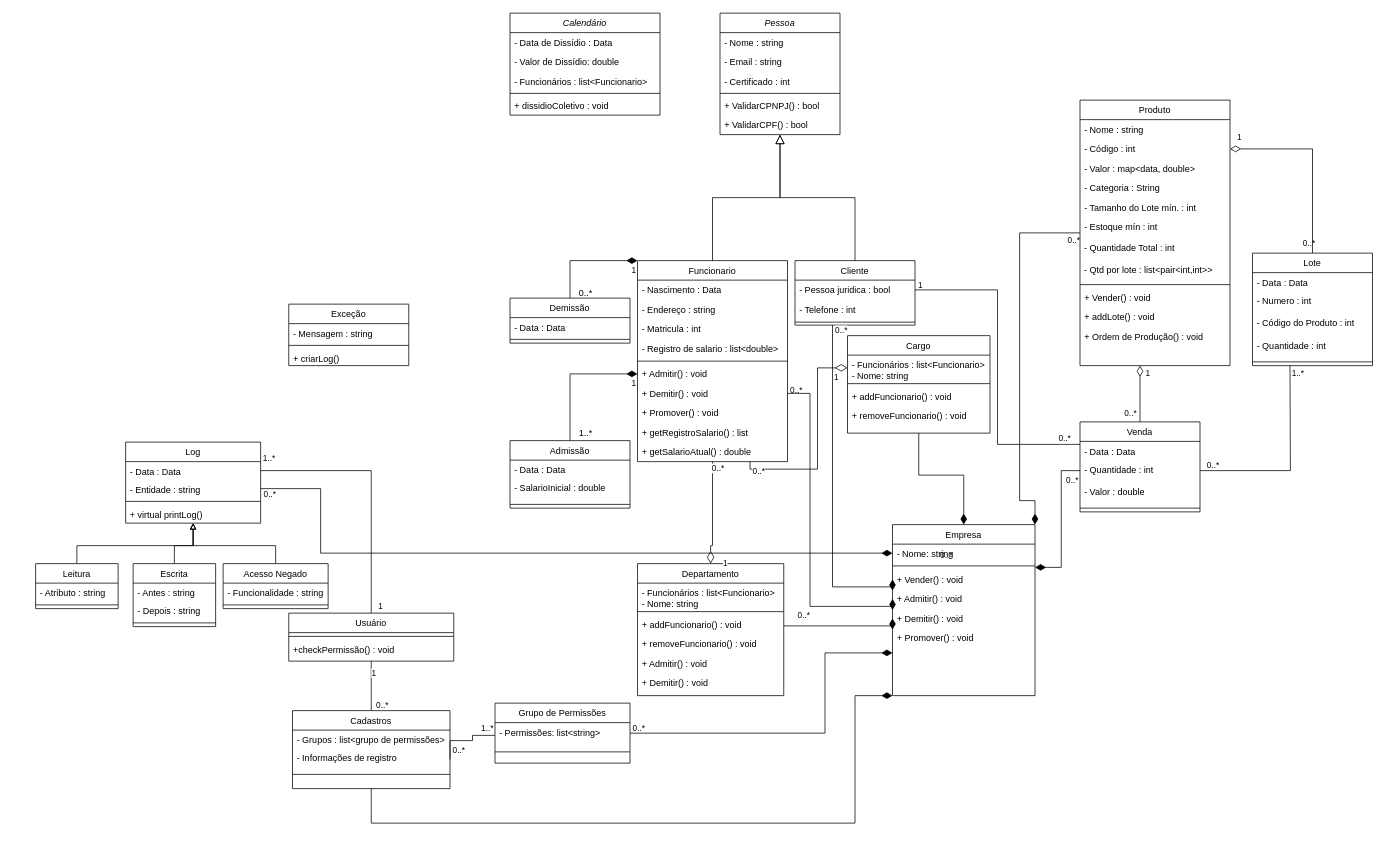
LDLPiao/tp_poo keeps this draw.io diagram as Sprint4.drawio. Above is the earlier version. Source tidied: cells renumbered, new cells numbered last; positions are measured from the earlier drawing's top-left corner, leaving out a move shared by most shapes. Both pictures are drawn from the tidied source at 75%, with x=0, y=0 at pixel (35, 13).
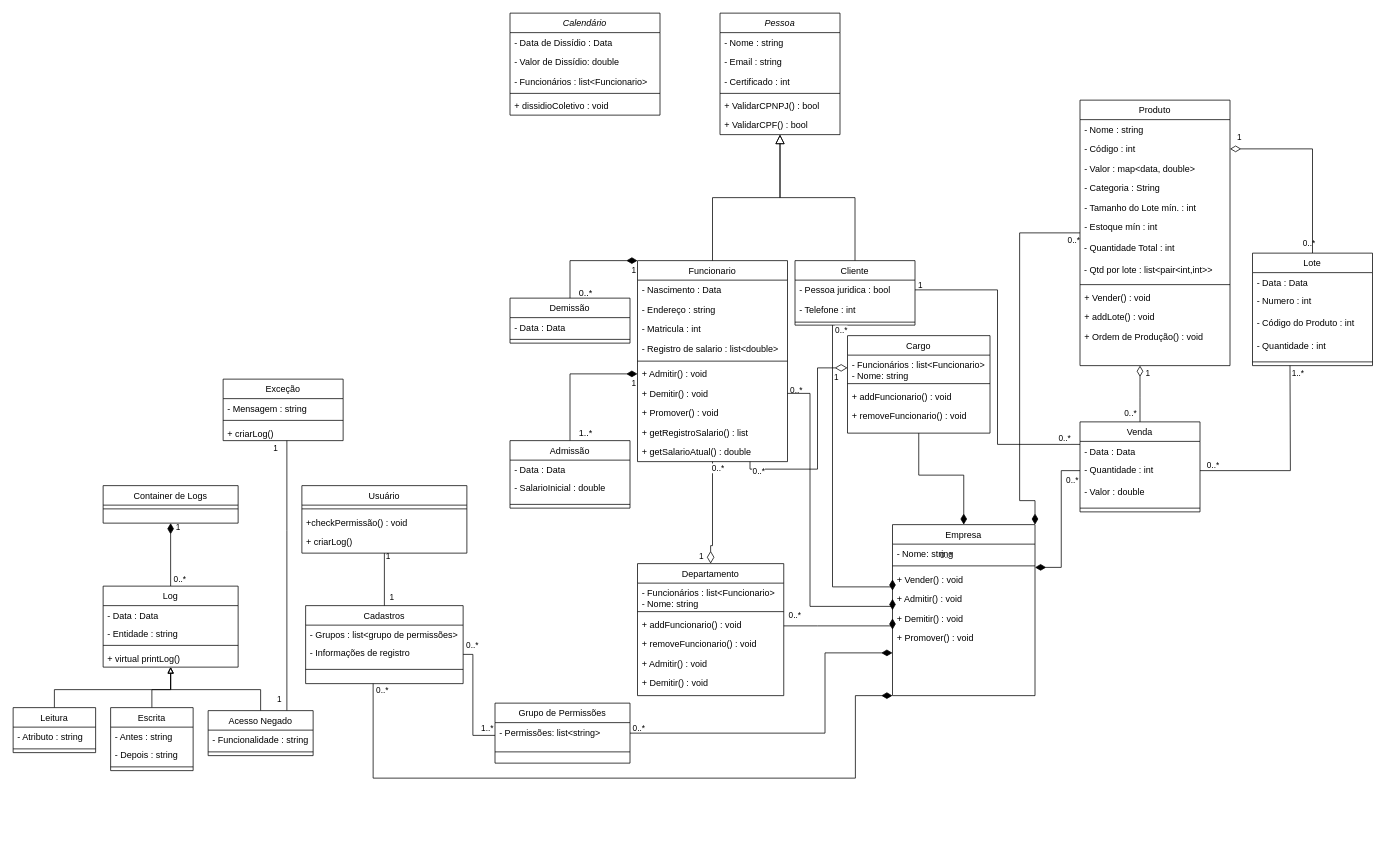
Above is the later version.

Unchanged cells that the change refers to:
```xml
<mxCell id="41" style="endArrow=none;html=1;endSize=12;startArrow=diamondThin;startSize=14;startFill=0;edgeStyle=orthogonalEdgeStyle;rounded=0;exitX=0;exitY=0.5;exitDx=0;exitDy=0;entryX=0.75;entryY=1;entryDx=0;entryDy=0;endFill=0;" parent="1" edge="1" source="37" target="9">
  <mxGeometry relative="1" as="geometry" />
</mxCell>
<mxCell id="56" style="endArrow=none;html=1;endSize=12;startArrow=diamondThin;startSize=14;startFill=0;edgeStyle=orthogonalEdgeStyle;rounded=0;entryX=0.5;entryY=1;entryDx=0;entryDy=0;exitX=0.5;exitY=0;exitDx=0;exitDy=0;endFill=0;" parent="1" edge="1" source="28" target="9">
  <mxGeometry x="0.08" y="100" relative="1" as="geometry">
    <Array as="points">
      <mxPoint x="899.5" y="710" />
      <mxPoint x="902.5" y="710" />
    </Array>
  </mxGeometry>
</mxCell>
<mxCell id="111" value="Empresa" style="swimlane;fontStyle=0;align=center;verticalAlign=top;horizontal=1;startSize=26;rounded=0;shadow=0;strokeWidth=1;" parent="1" vertex="1">
  <mxGeometry x="1142.5" y="682" width="190" height="228" as="geometry" />
</mxCell>
<mxCell id="112" value="- Nome: string" style="text;align=left;verticalAlign=top;spacingLeft=4;spacingRight=4;overflow=hidden;points=[[0,0.5],[1,0.5]];portConstraint=eastwest;" parent="111" vertex="1">
  <mxGeometry y="26" width="190" height="24" as="geometry" />
</mxCell>
<mxCell id="122" value="- Permissões: list&lt;string&gt;" style="text;align=left;verticalAlign=top;spacingLeft=4;spacingRight=4;overflow=hidden;points=[[0,0.5],[1,0.5]];portConstraint=eastwest;" parent="121" vertex="1">
  <mxGeometry y="26" width="180" height="34" as="geometry" />
</mxCell>
<mxCell id="127" value="- Informações de registro" style="text;align=left;verticalAlign=top;spacingLeft=4;spacingRight=4;overflow=hidden;points=[[0,0.5],[1,0.5]];portConstraint=eastwest;" parent="125" vertex="1">
  <mxGeometry y="50" width="210" height="30" as="geometry" />
</mxCell>
<mxCell id="136" value="- Data : Data" style="text;align=left;verticalAlign=top;spacingLeft=4;spacingRight=4;overflow=hidden;points=[[0,0.5],[1,0.5]];portConstraint=eastwest;" parent="135" vertex="1">
  <mxGeometry y="26" width="180" height="24" as="geometry" />
</mxCell>
<mxCell id="137" value="- Entidade : string" style="text;align=left;verticalAlign=top;spacingLeft=4;spacingRight=4;overflow=hidden;points=[[0,0.5],[1,0.5]];portConstraint=eastwest;" parent="135" vertex="1">
  <mxGeometry y="50" width="180" height="24" as="geometry" />
</mxCell>
```

The edit, as a diff of the source:
```diff
@@
     <mxCell id="49" value="0..*" style="edgeLabel;html=1;align=right;verticalAlign=top;" parent="41" vertex="1">
       <mxGeometry x="1" relative="1" as="geometry">
-        <mxPoint x="80" y="192" as="offset" />
+        <mxPoint x="68" y="192" as="offset" />
       </mxGeometry>
     </mxCell>
@@
     <mxCell id="52" value="0..*" style="edgeLabel;html=1;align=right;verticalAlign=top;" parent="41" vertex="1">
       <mxGeometry x="1" relative="1" as="geometry">
-        <mxPoint x="-482" y="312" as="offset" />
+        <mxPoint x="-482" y="292" as="offset" />
       </mxGeometry>
     </mxCell>
     <mxCell id="53" value="0..*" style="edgeLabel;html=1;align=right;verticalAlign=top;" parent="41" vertex="1">
       <mxGeometry x="1" relative="1" as="geometry">
-        <mxPoint x="-380" y="372" as="offset" />
+        <mxPoint x="-362" y="232" as="offset" />
       </mxGeometry>
     </mxCell>
@@
     <mxCell id="55" value="0..*" style="edgeLabel;html=1;align=right;verticalAlign=top;" parent="41" vertex="1">
       <mxGeometry x="1" relative="1" as="geometry">
-        <mxPoint x="-632" y="31" as="offset" />
+        <mxPoint x="-752" y="144" as="offset" />
       </mxGeometry>
     </mxCell>
@@
     <mxCell id="58" value="1" style="edgeLabel;html=1;align=right;verticalAlign=top;" parent="56" vertex="1">
       <mxGeometry x="1" relative="1" as="geometry">
-        <mxPoint x="20" y="122" as="offset" />
+        <mxPoint x="-12" y="113" as="offset" />
       </mxGeometry>
     </mxCell>
@@
     <mxCell id="120" style="edgeStyle=orthogonalEdgeStyle;rounded=0;jettySize=auto;html=1;endArrow=none;endFill=0;startSize=0;endSize=12;entryX=1;entryY=0.5;entryDx=0;entryDy=0;exitX=0;exitY=0.5;exitDx=0;exitDy=0;" parent="1" edge="1" source="122" target="127">
       <mxGeometry relative="1" as="geometry">
         <Array as="points">
-          <mxPoint x="582.5" y="963" />
-          <mxPoint x="582.5" y="970" />
-          <mxPoint x="552.5" y="970" />
+          <mxPoint x="583" y="963" />
+          <mxPoint x="583" y="855" />
         </Array>
       </mxGeometry>
     </mxCell>
@@
     <mxCell id="124" style="edgeStyle=orthogonalEdgeStyle;rounded=0;jettySize=auto;html=1;endArrow=diamondThin;endFill=1;startSize=0;endSize=12;entryX=0;entryY=1;entryDx=0;entryDy=0;" parent="1" edge="1" source="125" target="111">
       <mxGeometry relative="1" as="geometry">
         <Array as="points">
-          <mxPoint x="1092.5" y="1080" />
+          <mxPoint x="450" y="1020" />
+          <mxPoint x="1093" y="1020" />
+          <mxPoint x="1093" y="910" />
         </Array>
       </mxGeometry>
     </mxCell>
     <mxCell id="125" value="Cadastros" style="swimlane;fontStyle=0;align=center;verticalAlign=top;horizontal=1;startSize=26;rounded=0;shadow=0;strokeWidth=1;" parent="1" vertex="1">
-      <mxGeometry x="342.5" y="930" width="210" height="104" as="geometry" />
+      <mxGeometry x="360" y="790" width="210" height="104" as="geometry" />
     </mxCell>
@@
     <mxCell id="129" value="1" style="edgeStyle=orthogonalEdgeStyle;rounded=0;jettySize=auto;html=1;entryX=0.5;entryY=0;entryDx=0;entryDy=0;endArrow=none;endFill=0;startSize=0;endSize=12;" parent="1" edge="1" source="131" target="125">
-      <mxGeometry x="-0.52" y="3" relative="1" as="geometry" />
+      <mxGeometry x="-0.88" y="5" relative="1" as="geometry" />
     </mxCell>
-    <mxCell id="130" value="1" style="edgeStyle=orthogonalEdgeStyle;rounded=0;jettySize=auto;html=1;entryX=1;entryY=0.5;entryDx=0;entryDy=0;endArrow=none;endFill=0;" parent="1" edge="1" source="131" target="136">
-      <mxGeometry x="-0.94" y="-12" relative="1" as="geometry">
-        <mxPoint y="1" as="offset" />
-      </mxGeometry>
-    </mxCell>
     <mxCell id="131" value="Usuário" style="swimlane;fontStyle=0;align=center;verticalAlign=top;horizontal=1;startSize=26;rounded=0;shadow=0;strokeWidth=1;" parent="1" vertex="1">
-      <mxGeometry x="337.5" y="800" width="220" height="64" as="geometry" />
+      <mxGeometry x="355" y="630" width="220" height="90" as="geometry" />
     </mxCell>
@@
-    <mxCell id="134" style="edgeStyle=orthogonalEdgeStyle;rounded=0;jettySize=auto;html=1;entryX=0;entryY=0.5;entryDx=0;entryDy=0;exitX=1;exitY=0.5;exitDx=0;exitDy=0;endArrow=diamondThin;endFill=1;startSize=12;endSize=12;" parent="1" edge="1" source="137" target="112">
-      <mxGeometry relative="1" as="geometry">
-        <Array as="points">
-          <mxPoint x="380" y="634" />
-          <mxPoint x="380" y="720" />
-        </Array>
-      </mxGeometry>
-    </mxCell>
+    <mxCell id="158" value="+ criarLog()" style="text;align=left;verticalAlign=top;spacingLeft=4;spacingRight=4;overflow=hidden;" parent="131" vertex="1">
+      <mxGeometry y="62" width="220" height="28" as="geometry" />
+    </mxCell>
+    <mxCell id="159" value="1" style="edgeStyle=orthogonalEdgeStyle;rounded=0;jettySize=auto;html=1;endArrow=diamondThin;endFill=1;entryX=0.5;entryY=1;entryDx=0;entryDy=0;endSize=12;" parent="1" edge="1" source="135" target="161">
+      <mxGeometry x="0.88" y="-10" relative="1" as="geometry" />
+    </mxCell>
     <mxCell id="135" value="Log" style="swimlane;fontStyle=0;align=center;verticalAlign=top;horizontal=1;startSize=26;rounded=0;shadow=0;strokeWidth=1;" parent="1" vertex="1">
-      <mxGeometry x="120" y="572" width="180" height="108" as="geometry" />
+      <mxGeometry x="90" y="764" width="180" height="108" as="geometry" />
     </mxCell>
@@
-    <mxCell id="140" value="1..*" style="edgeLabel;html=1;align=right;verticalAlign=top;" parent="1" vertex="1">
-      <mxGeometry x="320" y="580" as="geometry" />
-    </mxCell>
+    <mxCell id="160" value="1" style="edgeStyle=orthogonalEdgeStyle;rounded=0;jettySize=auto;html=1;entryX=0.75;entryY=0;entryDx=0;entryDy=0;fontSize=11;endArrow=none;endFill=0;endSize=11;" parent="1" edge="1" source="141" target="155">
+      <mxGeometry x="-0.94" y="-15" relative="1" as="geometry">
+        <Array as="points">
+          <mxPoint x="335" y="690" />
+          <mxPoint x="335" y="690" />
+        </Array>
+        <mxPoint y="-1" as="offset" />
+      </mxGeometry>
+    </mxCell>
     <mxCell id="141" value="Exceção" style="swimlane;fontStyle=0;align=center;verticalAlign=top;horizontal=1;startSize=26;rounded=0;shadow=0;strokeWidth=1;" parent="1" vertex="1">
-      <mxGeometry x="337.5" y="388" width="160" height="82" as="geometry" />
+      <mxGeometry x="250" y="488" width="160" height="82" as="geometry" />
     </mxCell>
@@
     <mxCell id="145" style="edgeStyle=orthogonalEdgeStyle;rounded=0;jettySize=auto;html=1;endArrow=block;endFill=0;" parent="1" edge="1" source="146">
       <mxGeometry relative="1" as="geometry">
-        <mxPoint x="210" y="680" as="targetPoint" />
+        <mxPoint x="180" y="872" as="targetPoint" />
         <Array as="points">
-          <mxPoint x="55" y="710" />
-          <mxPoint x="210" y="710" />
+          <mxPoint x="25" y="902" />
+          <mxPoint x="180" y="902" />
         </Array>
       </mxGeometry>
     </mxCell>
     <mxCell id="146" value="Leitura" style="swimlane;fontStyle=0;align=center;verticalAlign=top;horizontal=1;startSize=26;rounded=0;shadow=0;strokeWidth=1;" parent="1" vertex="1">
-      <mxGeometry y="734" width="110" height="60" as="geometry" />
+      <mxGeometry x="-30" y="926" width="110" height="60" as="geometry" />
     </mxCell>
@@
     <mxCell id="149" style="edgeStyle=orthogonalEdgeStyle;rounded=0;jettySize=auto;html=1;endArrow=block;endFill=0;" parent="1" edge="1" source="150">
       <mxGeometry relative="1" as="geometry">
-        <mxPoint x="210" y="680" as="targetPoint" />
+        <mxPoint x="180" y="872" as="targetPoint" />
         <Array as="points">
-          <mxPoint x="185" y="710" />
-          <mxPoint x="210" y="710" />
+          <mxPoint x="155" y="902" />
+          <mxPoint x="180" y="902" />
         </Array>
       </mxGeometry>
     </mxCell>
     <mxCell id="150" value="Escrita" style="swimlane;fontStyle=0;align=center;verticalAlign=top;horizontal=1;startSize=26;rounded=0;shadow=0;strokeWidth=1;" parent="1" vertex="1">
-      <mxGeometry x="130" y="734" width="110" height="84" as="geometry" />
+      <mxGeometry x="100" y="926" width="110" height="84" as="geometry" />
     </mxCell>
@@
-    <mxCell id="154" style="edgeStyle=orthogonalEdgeStyle;rounded=0;jettySize=auto;html=1;entryX=0.5;entryY=1;entryDx=0;entryDy=0;endArrow=block;endFill=0;" parent="1" edge="1" source="155" target="135">
+    <mxCell id="154" style="edgeStyle=orthogonalEdgeStyle;rounded=0;jettySize=auto;html=1;entryX=0.5;entryY=1;entryDx=0;entryDy=0;endArrow=block;endFill=0;exitX=0.5;exitY=0;exitDx=0;exitDy=0;" parent="1" edge="1" source="155" target="135">
       <mxGeometry relative="1" as="geometry">
         <Array as="points">
-          <mxPoint x="320" y="710" />
-          <mxPoint x="210" y="710" />
+          <mxPoint x="300" y="902" />
+          <mxPoint x="180" y="902" />
         </Array>
       </mxGeometry>
     </mxCell>
     <mxCell id="155" value="Acesso Negado" style="swimlane;fontStyle=0;align=center;verticalAlign=top;horizontal=1;startSize=26;rounded=0;shadow=0;strokeWidth=1;" parent="1" vertex="1">
-      <mxGeometry x="250" y="734" width="140" height="60" as="geometry" />
+      <mxGeometry x="230" y="930" width="140" height="60" as="geometry" />
     </mxCell>
@@
+    <mxCell id="161" value="Container de Logs" style="swimlane;fontStyle=0;align=center;verticalAlign=top;horizontal=1;startSize=26;rounded=0;shadow=0;strokeWidth=1;" parent="1" vertex="1">
+      <mxGeometry x="90" y="630" width="180" height="50" as="geometry" />
+    </mxCell>
+    <mxCell id="162" style="line;html=1;strokeWidth=1;align=left;verticalAlign=middle;spacingTop=-1;spacingLeft=3;spacingRight=3;labelPosition=right;" parent="161" vertex="1">
+      <mxGeometry y="26" width="180" height="10" as="geometry" />
+    </mxCell>
+    <mxCell id="163" value="&lt;font style=&quot;font-size: 11px;&quot;&gt;1&lt;/font&gt;" style="text;html=1;align=center;verticalAlign=middle;strokeColor=none;fillColor=none;" parent="1" vertex="1">
+      <mxGeometry x="460" y="764" width="30" height="30" as="geometry" />
+    </mxCell>
+    <mxCell id="164" value="1" style="text;html=1;align=center;verticalAlign=middle;strokeColor=none;fillColor=none;fontSize=11;" parent="1" vertex="1">
+      <mxGeometry x="310" y="900" width="30" height="30" as="geometry" />
+    </mxCell>
```
